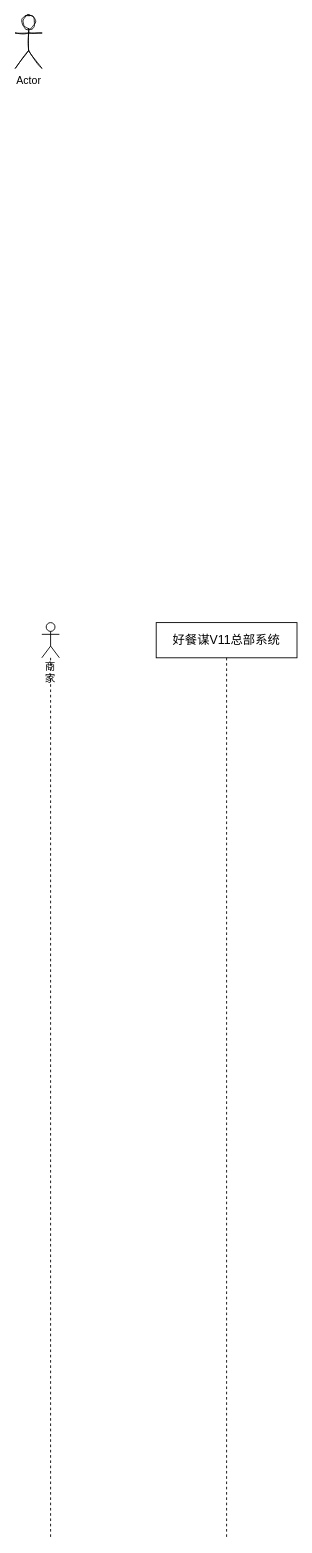
Above: Kemai/好餐谋V11启用扫码点餐流程图.drawio in noobwu/diagrams (draw.io), before the change. Source tidied: cells renumbered, new cells numbered last; positions are measured from the earlier drawing's top-left corner, leaving out a move shared by most shapes. Both pictures are drawn from the tidied source at 88%, with x=0, y=0 at pixel (15, 15).
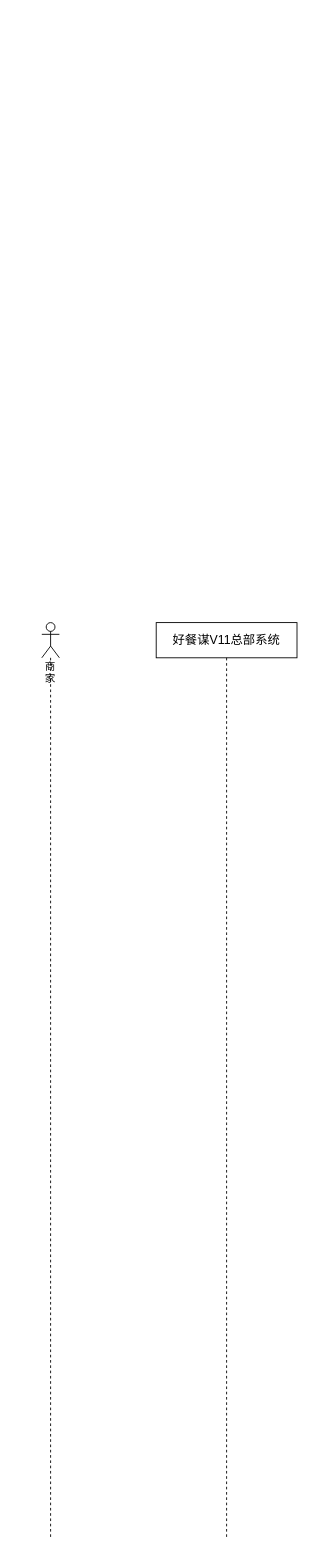
After the change.

Commit message:
更新好餐谋V11启用扫码点餐流程图.drawio

The edit, as a diff of the source:
```diff
@@
 <mxGraphModel>
   <root>
     <mxCell id="0" />
     <mxCell id="1" parent="0" />
-    <mxCell id="2" value="Actor" style="shape=umlActor;verticalLabelPosition=bottom;verticalAlign=top;html=1;rounded=0;sketch=1;" parent="1" vertex="1">
-      <mxGeometry width="30" height="60" as="geometry" />
-    </mxCell>
     <mxCell id="3" value="商家" style="shape=umlLifeline;participant=umlActor;perimeter=lifelinePerimeter;whiteSpace=wrap;html=1;verticalAlign=top;spacingTop=36;rounded=0;sketch=0;" parent="1" vertex="1">
       <mxGeometry x="30" y="690" width="20" height="1040" as="geometry" />
     </mxCell>
     <mxCell id="4" value="&lt;span style=&quot;font-size: 14px&quot;&gt;好餐谋V11总部系统&lt;/span&gt;" style="shape=umlLifeline;perimeter=lifelinePerimeter;whiteSpace=wrap;html=1;" parent="1" vertex="1">
       <mxGeometry x="160" y="690" width="160" height="1040" as="geometry" />
     </mxCell>
   </root>
 </mxGraphModel>
```
